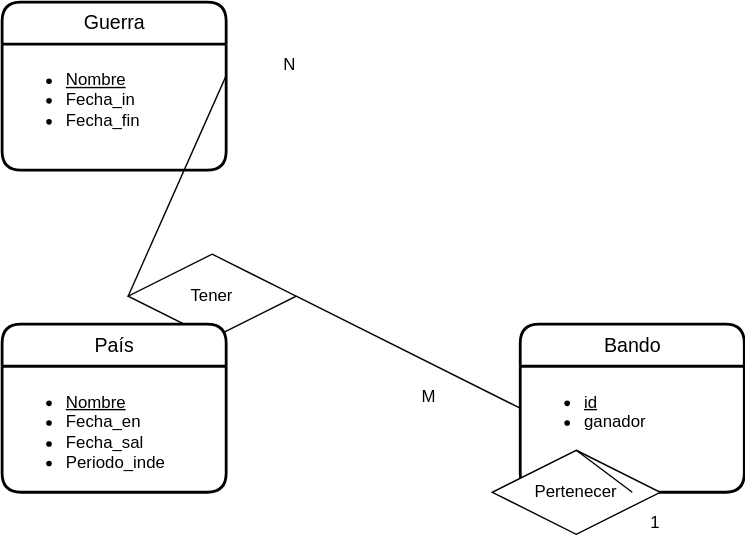
This is UD12-4.svg from Jimxx22/C3-UD11-UML, a draw.io export, as it was before one commit. Source tidied: cells renumbered, new cells last; positions are measured from the earlier drawing's top-left corner, leaving out a move shared by most shapes.
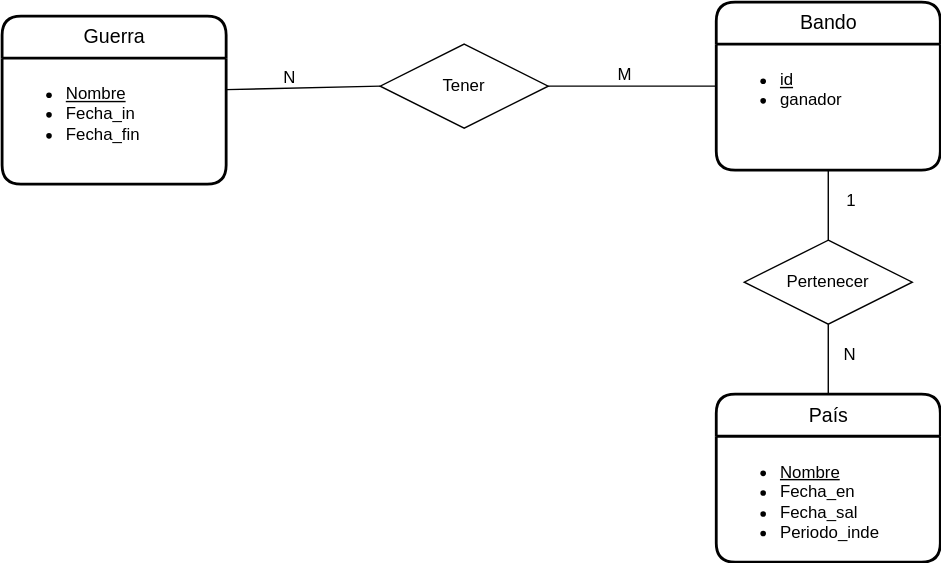
After the change.

The edit, as a diff of the source:
```diff
@@ -3,7 +3,7 @@
     <mxCell id="0" />
     <mxCell id="1" parent="0" />
     <mxCell id="2" value="Guerra" style="swimlane;horizontal=1;startSize=30;rounded=1;fontSize=14;fontStyle=0;strokeWidth=2;shadow=0;dashed=0;align=center;glass=0;fillColor=default;html=1;" parent="1" vertex="1">
-      <mxGeometry width="160" height="120" as="geometry" />
+      <mxGeometry x="-180" y="160" width="160" height="120" as="geometry" />
     </mxCell>
     <mxCell id="3" value="&lt;ul&gt;&lt;li&gt;&lt;span style=&quot;background-color: initial;&quot;&gt;&lt;u&gt;Nombre&lt;/u&gt;&lt;/span&gt;&lt;/li&gt;&lt;li&gt;Fecha_in&lt;/li&gt;&lt;li&gt;Fecha_fin&lt;/li&gt;&lt;/ul&gt;" style="align=left;strokeColor=none;fillColor=none;spacingLeft=4;fontSize=12;verticalAlign=top;rounded=0;glass=0;html=1;" parent="2" vertex="1">
       <mxGeometry y="30" width="160" height="90" as="geometry" />
@@ -12,13 +12,13 @@
       <mxGeometry x="90" y="180" width="120" height="60" as="geometry" />
     </mxCell>
     <mxCell id="5" value="Bando" style="swimlane;horizontal=1;startSize=30;rounded=1;fontSize=14;fontStyle=0;strokeWidth=2;shadow=0;dashed=0;align=center;glass=0;fillColor=default;html=1;" parent="1" vertex="1">
-      <mxGeometry x="370" y="230" width="160" height="120" as="geometry" />
+      <mxGeometry x="330" y="150" width="160" height="120" as="geometry" />
     </mxCell>
     <mxCell id="6" value="&lt;ul&gt;&lt;li&gt;&lt;u&gt;id&lt;/u&gt;&lt;/li&gt;&lt;li&gt;&lt;span style=&quot;background-color: initial;&quot;&gt;ganador&lt;/span&gt;&lt;br&gt;&lt;/li&gt;&lt;/ul&gt;" style="align=left;strokeColor=none;fillColor=none;spacingLeft=4;fontSize=12;verticalAlign=top;rounded=0;glass=0;html=1;" parent="5" vertex="1">
       <mxGeometry y="30" width="160" height="90" as="geometry" />
     </mxCell>
     <mxCell id="7" value="País" style="swimlane;horizontal=1;startSize=30;rounded=1;fontSize=14;fontStyle=0;strokeWidth=2;shadow=0;dashed=0;align=center;glass=0;fillColor=default;html=1;" parent="1" vertex="1">
-      <mxGeometry y="230" width="160" height="120" as="geometry" />
+      <mxGeometry x="330" y="430" width="160" height="120" as="geometry" />
     </mxCell>
     <mxCell id="8" value="&lt;ul&gt;&lt;li&gt;&lt;u&gt;Nombre&lt;/u&gt;&lt;/li&gt;&lt;li&gt;&lt;span style=&quot;background-color: initial;&quot;&gt;Fecha_en&lt;/span&gt;&lt;br&gt;&lt;/li&gt;&lt;li&gt;&lt;span style=&quot;background-color: initial;&quot;&gt;Fecha_sal&lt;/span&gt;&lt;/li&gt;&lt;li&gt;&lt;span style=&quot;background-color: initial;&quot;&gt;Periodo_inde&lt;/span&gt;&lt;/li&gt;&lt;/ul&gt;" style="align=left;strokeColor=none;fillColor=none;spacingLeft=4;fontSize=12;verticalAlign=top;rounded=0;glass=0;html=1;" parent="7" vertex="1">
       <mxGeometry y="30" width="160" height="90" as="geometry" />
@@ -66,5 +66,13 @@
         <mxPoint x="20" y="30" as="offset" />
       </mxGeometry>
     </mxCell>
+    <mxCell id="20" style="endArrow=none;html=1;rounded=0;entryX=0.5;entryY=0;entryDx=0;entryDy=0;exitX=0.5;exitY=1;exitDx=0;exitDy=0;" parent="1" edge="1" source="13" target="7">
+      <mxGeometry relative="1" as="geometry" />
+    </mxCell>
+    <mxCell id="21" value="N" style="html=1;align=right;verticalAlign=bottom;" parent="20" vertex="1">
+      <mxGeometry x="1" relative="1" as="geometry">
+        <mxPoint x="20" y="-20" as="offset" />
+      </mxGeometry>
+    </mxCell>
   </root>
 </mxGraphModel>
```
